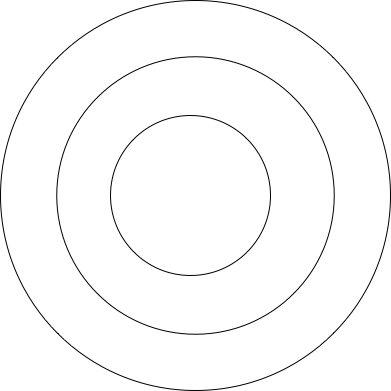
Above: Architectural styles/Layred Systems/LayeredSystemDiagram.png in smitbmx/Architecture-Diagrams (draw.io), before the change. Source tidied: cells renumbered, new cells last; positions are measured from the earlier drawing's top-left corner, leaving out a move shared by most shapes.
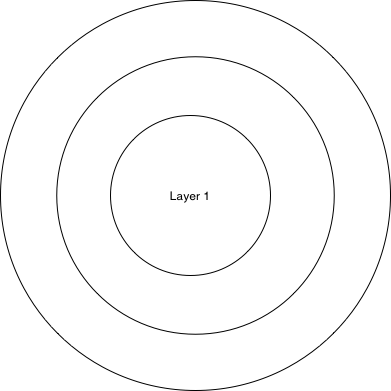
After the commit.

Diff of the diagram source:
```diff
@@ -8,7 +8,7 @@
     <mxCell id="3" style="ellipse;whiteSpace=wrap;html=1;" parent="1" vertex="1">
       <mxGeometry x="56.2" y="56.2" width="277.5" height="277.5" as="geometry" />
     </mxCell>
-    <mxCell id="4" style="ellipse;whiteSpace=wrap;html=1;" parent="1" vertex="1">
+    <mxCell id="4" value="Layer 1" style="ellipse;whiteSpace=wrap;html=1;" parent="1" vertex="1">
       <mxGeometry x="110" y="115" width="160" height="160" as="geometry" />
     </mxCell>
   </root>
```
